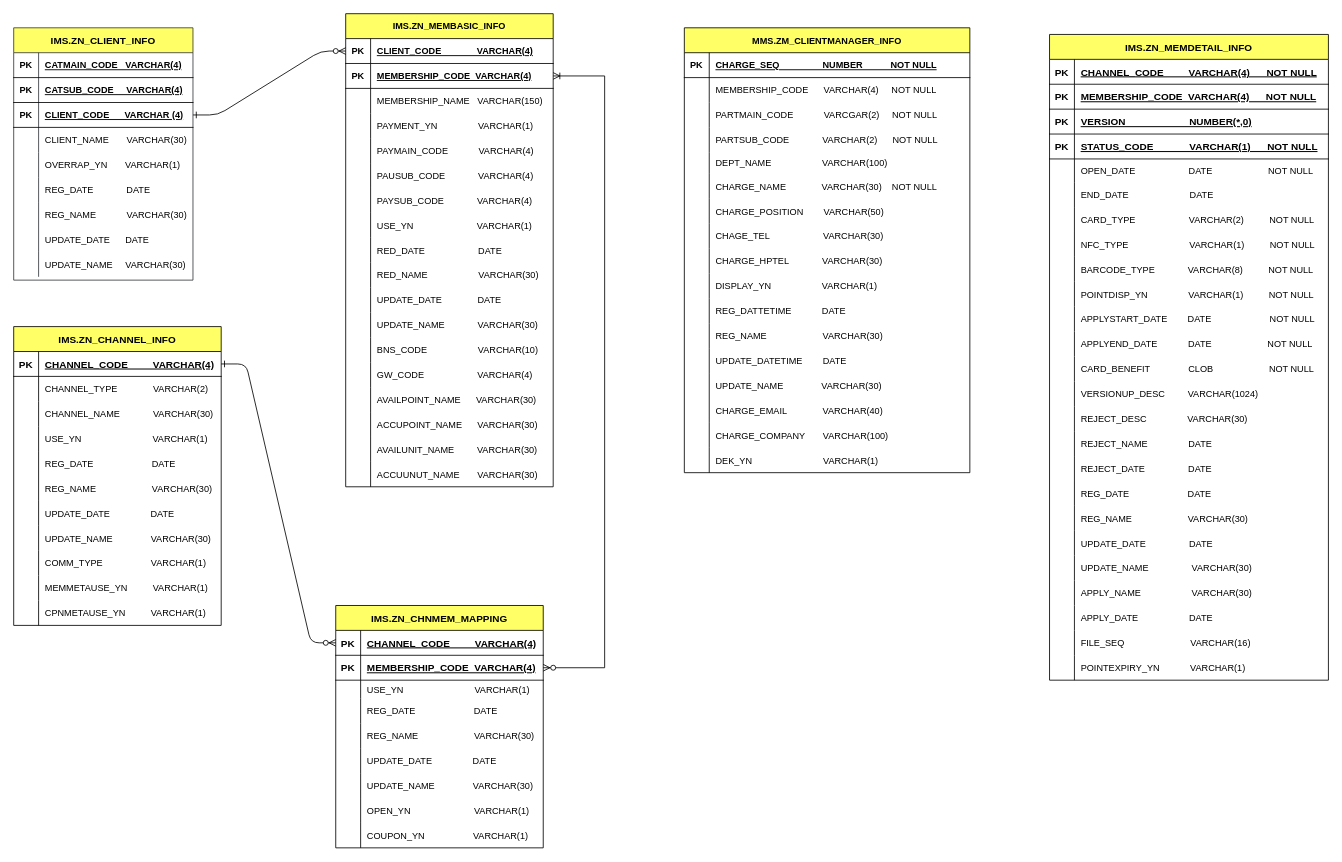
Before: page "ERD" (1 of 2) of Untitled Diagram.drawio in qksl22/Java, a draw.io diagram. Source tidied: cells renumbered, new cells numbered last; positions are measured from the earlier drawing's top-left corner, leaving out a move shared by most shapes. Both pictures are drawn from the tidied source at 83%, with x=0, y=0 at pixel (13, 13).
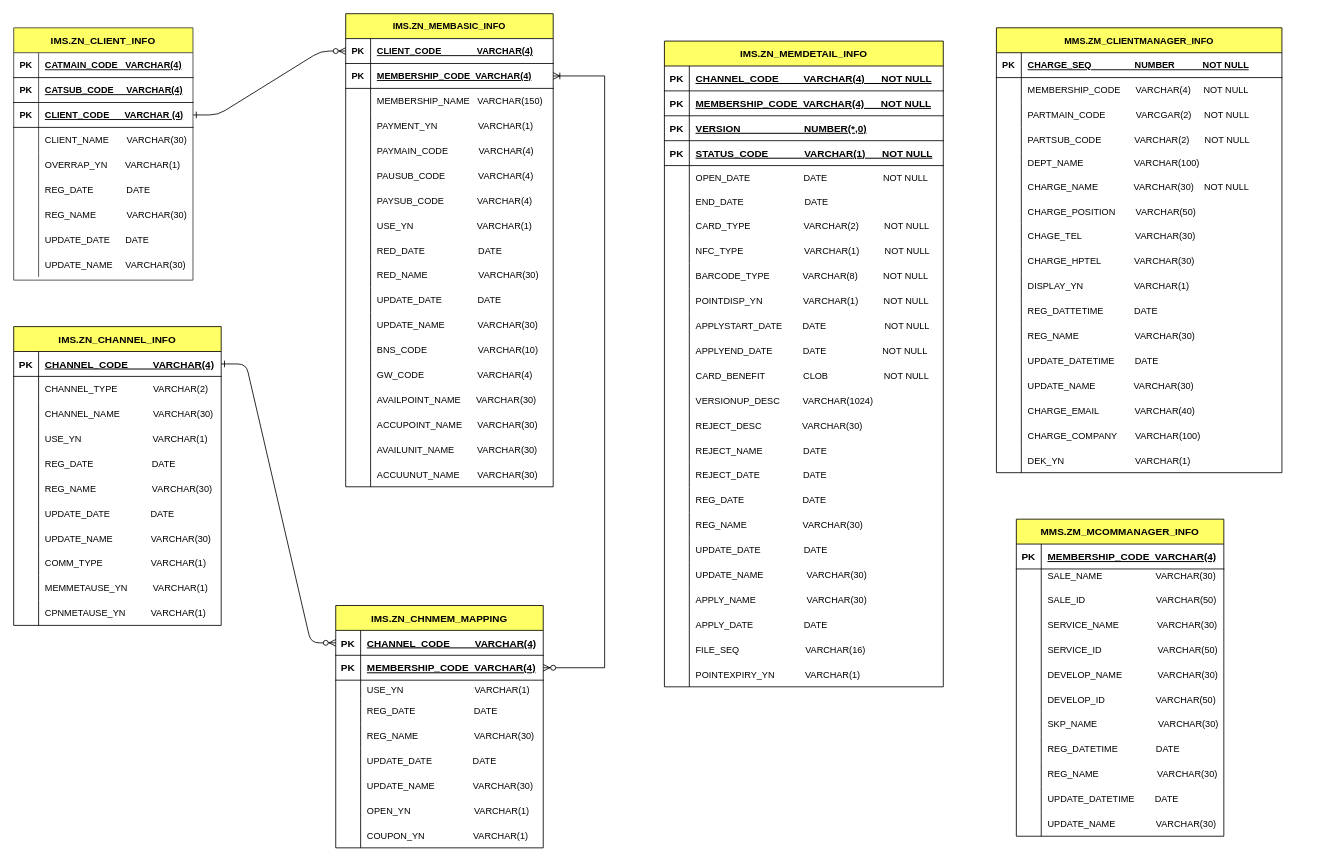
Above is the later version.

The edit, as a diff of the source:
```diff
@@
     <mxCell id="148" value="MMS.ZM_CLIENTMANAGER_INFO" style="shape=table;startSize=30;childLayout=tableLayout;rowLines=0;fontStyle=1;align=center;fontSize=11;fillColor=#FFFF66;" parent="1" vertex="1">
-      <mxGeometry x="808" y="17" width="344" height="536" as="geometry" />
+      <mxGeometry x="1184" y="17" width="344" height="536" as="geometry" />
     </mxCell>
@@
     <mxCell id="202" value="IMS.ZN_MEMDETAIL_INFO" style="shape=table;startSize=30;childLayout=tableLayout;rowLines=0;fontStyle=1;align=center;fillColor=#FFFF66;" parent="1" vertex="1">
-      <mxGeometry x="1248" y="25" width="336" height="778" as="geometry" />
+      <mxGeometry x="784" y="33" width="336" height="778" as="geometry" />
     </mxCell>
@@
+    <mxCell id="278" value="MMS.ZM_MCOMMANAGER_INFO" style="shape=table;startSize=30;childLayout=tableLayout;rowLines=0;fontStyle=1;align=center;fillColor=#FFFF66;" parent="1" vertex="1">
+      <mxGeometry x="1208" y="609" width="250" height="382" as="geometry" />
+    </mxCell>
+    <mxCell id="279" style="shape=partialRectangle;fillColor=none;top=0;left=0;right=0;bottom=1;" parent="278" vertex="1">
+      <mxGeometry y="30" width="250" height="30" as="geometry" />
+    </mxCell>
+    <mxCell id="280" value="PK" style="shape=partialRectangle;overflow=hidden;fillColor=none;top=0;left=0;bottom=0;right=0;fontStyle=1;" parent="279" vertex="1">
+      <mxGeometry width="30" height="30" as="geometry" />
+    </mxCell>
+    <mxCell id="281" value="MEMBERSHIP_CODE  VARCHAR(4)" style="shape=partialRectangle;overflow=hidden;fillColor=none;top=0;left=0;bottom=0;right=0;align=left;spacingLeft=6;fontStyle=5;" parent="279" vertex="1">
+      <mxGeometry x="30" width="220" height="30" as="geometry" />
+    </mxCell>
+    <mxCell id="282" style="shape=partialRectangle;fillColor=none;top=0;left=0;right=0;bottom=0;fontSize=11;" parent="278" vertex="1">
+      <mxGeometry y="60" width="250" height="22" as="geometry" />
+    </mxCell>
+    <mxCell id="283" style="shape=partialRectangle;overflow=hidden;fillColor=none;top=0;left=0;bottom=0;right=0;fontSize=11;" parent="282" vertex="1">
+      <mxGeometry width="30" height="22" as="geometry" />
+    </mxCell>
+    <mxCell id="284" value="SALE_NAME                     VARCHAR(30)&#10;" style="shape=partialRectangle;overflow=hidden;fillColor=none;top=0;left=0;bottom=0;right=0;align=left;spacingLeft=6;fontSize=11;" parent="282" vertex="1">
+      <mxGeometry x="30" width="220" height="22" as="geometry" />
+    </mxCell>
+    <mxCell id="285" style="shape=partialRectangle;fillColor=none;top=0;left=0;right=0;bottom=0;fontSize=11;" parent="278" vertex="1">
+      <mxGeometry y="82" width="250" height="30" as="geometry" />
+    </mxCell>
+    <mxCell id="286" style="shape=partialRectangle;overflow=hidden;fillColor=none;top=0;left=0;bottom=0;right=0;fontSize=11;" parent="285" vertex="1">
+      <mxGeometry width="30" height="30" as="geometry" />
+    </mxCell>
+    <mxCell id="287" value="SALE_ID                            VARCHAR(50)" style="shape=partialRectangle;overflow=hidden;fillColor=none;top=0;left=0;bottom=0;right=0;align=left;spacingLeft=6;fontSize=11;" parent="285" vertex="1">
+      <mxGeometry x="30" width="220" height="30" as="geometry" />
+    </mxCell>
+    <mxCell id="288" style="shape=partialRectangle;fillColor=none;top=0;left=0;right=0;bottom=0;fontSize=11;" parent="278" vertex="1">
+      <mxGeometry y="112" width="250" height="30" as="geometry" />
+    </mxCell>
+    <mxCell id="289" style="shape=partialRectangle;overflow=hidden;fillColor=none;top=0;left=0;bottom=0;right=0;fontSize=11;" parent="288" vertex="1">
+      <mxGeometry width="30" height="30" as="geometry" />
+    </mxCell>
+    <mxCell id="290" value="SERVICE_NAME               VARCHAR(30)" style="shape=partialRectangle;overflow=hidden;fillColor=none;top=0;left=0;bottom=0;right=0;align=left;spacingLeft=6;fontSize=11;" parent="288" vertex="1">
+      <mxGeometry x="30" width="220" height="30" as="geometry" />
+    </mxCell>
+    <mxCell id="291" style="shape=partialRectangle;fillColor=none;top=0;left=0;right=0;bottom=0;fontSize=11;" parent="278" vertex="1">
+      <mxGeometry y="142" width="250" height="30" as="geometry" />
+    </mxCell>
+    <mxCell id="292" style="shape=partialRectangle;overflow=hidden;fillColor=none;top=0;left=0;bottom=0;right=0;fontSize=11;" parent="291" vertex="1">
+      <mxGeometry width="30" height="30" as="geometry" />
+    </mxCell>
+    <mxCell id="293" value="SERVICE_ID                      VARCHAR(50)" style="shape=partialRectangle;overflow=hidden;fillColor=none;top=0;left=0;bottom=0;right=0;align=left;spacingLeft=6;fontSize=11;" parent="291" vertex="1">
+      <mxGeometry x="30" width="220" height="30" as="geometry" />
+    </mxCell>
+    <mxCell id="294" style="shape=partialRectangle;fillColor=none;top=0;left=0;right=0;bottom=0;fontSize=11;" parent="278" vertex="1">
+      <mxGeometry y="172" width="250" height="30" as="geometry" />
+    </mxCell>
+    <mxCell id="295" style="shape=partialRectangle;overflow=hidden;fillColor=none;top=0;left=0;bottom=0;right=0;fontSize=11;" parent="294" vertex="1">
+      <mxGeometry width="30" height="30" as="geometry" />
+    </mxCell>
+    <mxCell id="296" value="DEVELOP_NAME              VARCHAR(30)" style="shape=partialRectangle;overflow=hidden;fillColor=none;top=0;left=0;bottom=0;right=0;align=left;spacingLeft=6;fontSize=11;" parent="294" vertex="1">
+      <mxGeometry x="30" width="220" height="30" as="geometry" />
+    </mxCell>
+    <mxCell id="297" style="shape=partialRectangle;fillColor=none;top=0;left=0;right=0;bottom=0;fontSize=11;" parent="278" vertex="1">
+      <mxGeometry y="202" width="250" height="30" as="geometry" />
+    </mxCell>
+    <mxCell id="298" style="shape=partialRectangle;overflow=hidden;fillColor=none;top=0;left=0;bottom=0;right=0;fontSize=11;" parent="297" vertex="1">
+      <mxGeometry width="30" height="30" as="geometry" />
+    </mxCell>
+    <mxCell id="299" value="DEVELOP_ID                    VARCHAR(50)" style="shape=partialRectangle;overflow=hidden;fillColor=none;top=0;left=0;bottom=0;right=0;align=left;spacingLeft=6;fontSize=11;" parent="297" vertex="1">
+      <mxGeometry x="30" width="220" height="30" as="geometry" />
+    </mxCell>
+    <mxCell id="300" style="shape=partialRectangle;fillColor=none;top=0;left=0;right=0;bottom=0;fontSize=11;" parent="278" vertex="1">
+      <mxGeometry y="232" width="250" height="30" as="geometry" />
+    </mxCell>
+    <mxCell id="301" style="shape=partialRectangle;overflow=hidden;fillColor=none;top=0;left=0;bottom=0;right=0;fontSize=11;" parent="300" vertex="1">
+      <mxGeometry width="30" height="30" as="geometry" />
+    </mxCell>
+    <mxCell id="302" value="SKP_NAME                        VARCHAR(30)" style="shape=partialRectangle;overflow=hidden;fillColor=none;top=0;left=0;bottom=0;right=0;align=left;spacingLeft=6;fontSize=11;" parent="300" vertex="1">
+      <mxGeometry x="30" width="220" height="30" as="geometry" />
+    </mxCell>
+    <mxCell id="303" style="shape=partialRectangle;fillColor=none;top=0;left=0;right=0;bottom=0;fontSize=11;" parent="278" vertex="1">
+      <mxGeometry y="262" width="250" height="30" as="geometry" />
+    </mxCell>
+    <mxCell id="304" style="shape=partialRectangle;overflow=hidden;fillColor=none;top=0;left=0;bottom=0;right=0;fontSize=11;" parent="303" vertex="1">
+      <mxGeometry width="30" height="30" as="geometry" />
+    </mxCell>
+    <mxCell id="305" value="REG_DATETIME               DATE" style="shape=partialRectangle;overflow=hidden;fillColor=none;top=0;left=0;bottom=0;right=0;align=left;spacingLeft=6;fontSize=11;" parent="303" vertex="1">
+      <mxGeometry x="30" width="220" height="30" as="geometry" />
+    </mxCell>
+    <mxCell id="306" style="shape=partialRectangle;fillColor=none;top=0;left=0;right=0;bottom=0;fontSize=11;" parent="278" vertex="1">
+      <mxGeometry y="292" width="250" height="30" as="geometry" />
+    </mxCell>
+    <mxCell id="307" style="shape=partialRectangle;overflow=hidden;fillColor=none;top=0;left=0;bottom=0;right=0;fontSize=11;" parent="306" vertex="1">
+      <mxGeometry width="30" height="30" as="geometry" />
+    </mxCell>
+    <mxCell id="308" value="REG_NAME                       VARCHAR(30)" style="shape=partialRectangle;overflow=hidden;fillColor=none;top=0;left=0;bottom=0;right=0;align=left;spacingLeft=6;fontSize=11;" parent="306" vertex="1">
+      <mxGeometry x="30" width="220" height="30" as="geometry" />
+    </mxCell>
+    <mxCell id="309" style="shape=partialRectangle;fillColor=none;top=0;left=0;right=0;bottom=0;fontSize=11;" parent="278" vertex="1">
+      <mxGeometry y="322" width="250" height="30" as="geometry" />
+    </mxCell>
+    <mxCell id="310" style="shape=partialRectangle;overflow=hidden;fillColor=none;top=0;left=0;bottom=0;right=0;fontSize=11;" parent="309" vertex="1">
+      <mxGeometry width="30" height="30" as="geometry" />
+    </mxCell>
+    <mxCell id="311" value="UPDATE_DATETIME        DATE" style="shape=partialRectangle;overflow=hidden;fillColor=none;top=0;left=0;bottom=0;right=0;align=left;spacingLeft=6;fontSize=11;" parent="309" vertex="1">
+      <mxGeometry x="30" width="220" height="30" as="geometry" />
+    </mxCell>
+    <mxCell id="312" style="shape=partialRectangle;fillColor=none;top=0;left=0;right=0;bottom=0;fontSize=11;" parent="278" vertex="1">
+      <mxGeometry y="352" width="250" height="30" as="geometry" />
+    </mxCell>
+    <mxCell id="313" style="shape=partialRectangle;overflow=hidden;fillColor=none;top=0;left=0;bottom=0;right=0;fontSize=11;" parent="312" vertex="1">
+      <mxGeometry width="30" height="30" as="geometry" />
+    </mxCell>
+    <mxCell id="314" value="UPDATE_NAME                VARCHAR(30)" style="shape=partialRectangle;overflow=hidden;fillColor=none;top=0;left=0;bottom=0;right=0;align=left;spacingLeft=6;fontSize=11;" parent="312" vertex="1">
+      <mxGeometry x="30" width="220" height="30" as="geometry" />
+    </mxCell>
```
